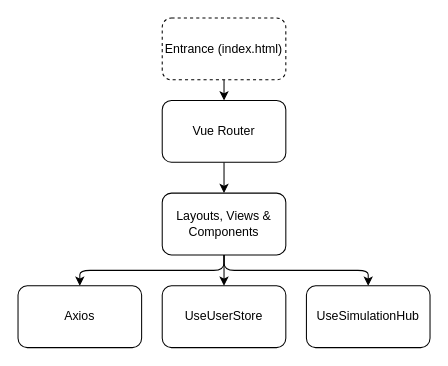
The draw.io diagram Chapters/DocumentedDesignMedia/frontend_architecture_diagram.drawio in HWField/NEAComputerScienceReport-ALevel-, before the edit. Source tidied: cells renumbered, new cells numbered last; positions are measured from the earlier drawing's top-left corner, leaving out a move shared by most shapes. Both pictures are drawn from the tidied source at 103%, with x=0, y=0 at pixel (18, 18).
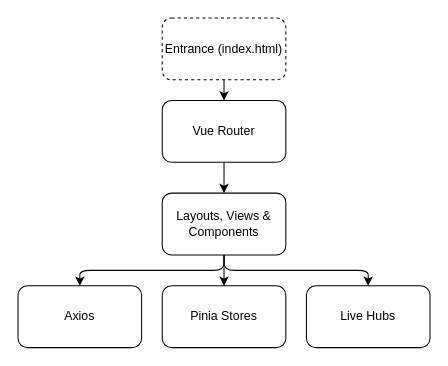
The same diagram, later.

Diff of the diagram source:
```diff
@@
 <mxGraphModel>
   <root>
     <mxCell id="0" />
     <mxCell id="1" parent="0" />
     <mxCell id="2" style="edgeStyle=none;html=1;" parent="1" edge="1" source="3" target="5">
       <mxGeometry relative="1" as="geometry" />
     </mxCell>
     <mxCell id="3" value="Entrance (index.html)" style="rounded=1;whiteSpace=wrap;html=1;dashed=1;" parent="1" vertex="1">
       <mxGeometry x="140" width="120" height="60" as="geometry" />
     </mxCell>
     <mxCell id="4" style="edgeStyle=none;html=1;entryX=0.5;entryY=0;entryDx=0;entryDy=0;" parent="1" edge="1" source="5" target="10">
       <mxGeometry relative="1" as="geometry" />
     </mxCell>
     <mxCell id="5" value="Vue Router" style="whiteSpace=wrap;html=1;rounded=1;" parent="1" vertex="1">
       <mxGeometry x="140" y="80" width="120" height="60" as="geometry" />
     </mxCell>
-    <mxCell id="6" value="UseUserStore" style="whiteSpace=wrap;html=1;rounded=1;" parent="1" vertex="1">
+    <mxCell id="6" value="Pinia Stores" style="whiteSpace=wrap;html=1;rounded=1;" parent="1" vertex="1">
       <mxGeometry x="140" y="260" width="120" height="60" as="geometry" />
     </mxCell>
     <mxCell id="7" style="edgeStyle=none;html=1;entryX=0.5;entryY=0;entryDx=0;entryDy=0;" parent="1" edge="1" source="10" target="6">
       <mxGeometry relative="1" as="geometry" />
     </mxCell>
     <mxCell id="8" style="edgeStyle=elbowEdgeStyle;html=1;entryX=0.5;entryY=0;entryDx=0;entryDy=0;elbow=vertical;" parent="1" edge="1" source="10" target="11">
       <mxGeometry relative="1" as="geometry" />
     </mxCell>
     <mxCell id="9" style="edgeStyle=elbowEdgeStyle;html=1;entryX=0.5;entryY=0;entryDx=0;entryDy=0;elbow=vertical;" parent="1" edge="1" source="10" target="12">
       <mxGeometry relative="1" as="geometry" />
     </mxCell>
     <mxCell id="10" value="Layouts, Views &amp;amp; Components" style="whiteSpace=wrap;html=1;rounded=1;" parent="1" vertex="1">
       <mxGeometry x="140" y="170" width="120" height="60" as="geometry" />
     </mxCell>
     <mxCell id="11" value="Axios" style="whiteSpace=wrap;html=1;rounded=1;" parent="1" vertex="1">
       <mxGeometry y="260" width="120" height="60" as="geometry" />
     </mxCell>
-    <mxCell id="12" value="UseSimulationHub" style="whiteSpace=wrap;html=1;rounded=1;" parent="1" vertex="1">
+    <mxCell id="12" value="Live Hubs" style="whiteSpace=wrap;html=1;rounded=1;" parent="1" vertex="1">
       <mxGeometry x="280" y="260" width="120" height="60" as="geometry" />
     </mxCell>
   </root>
 </mxGraphModel>
```
